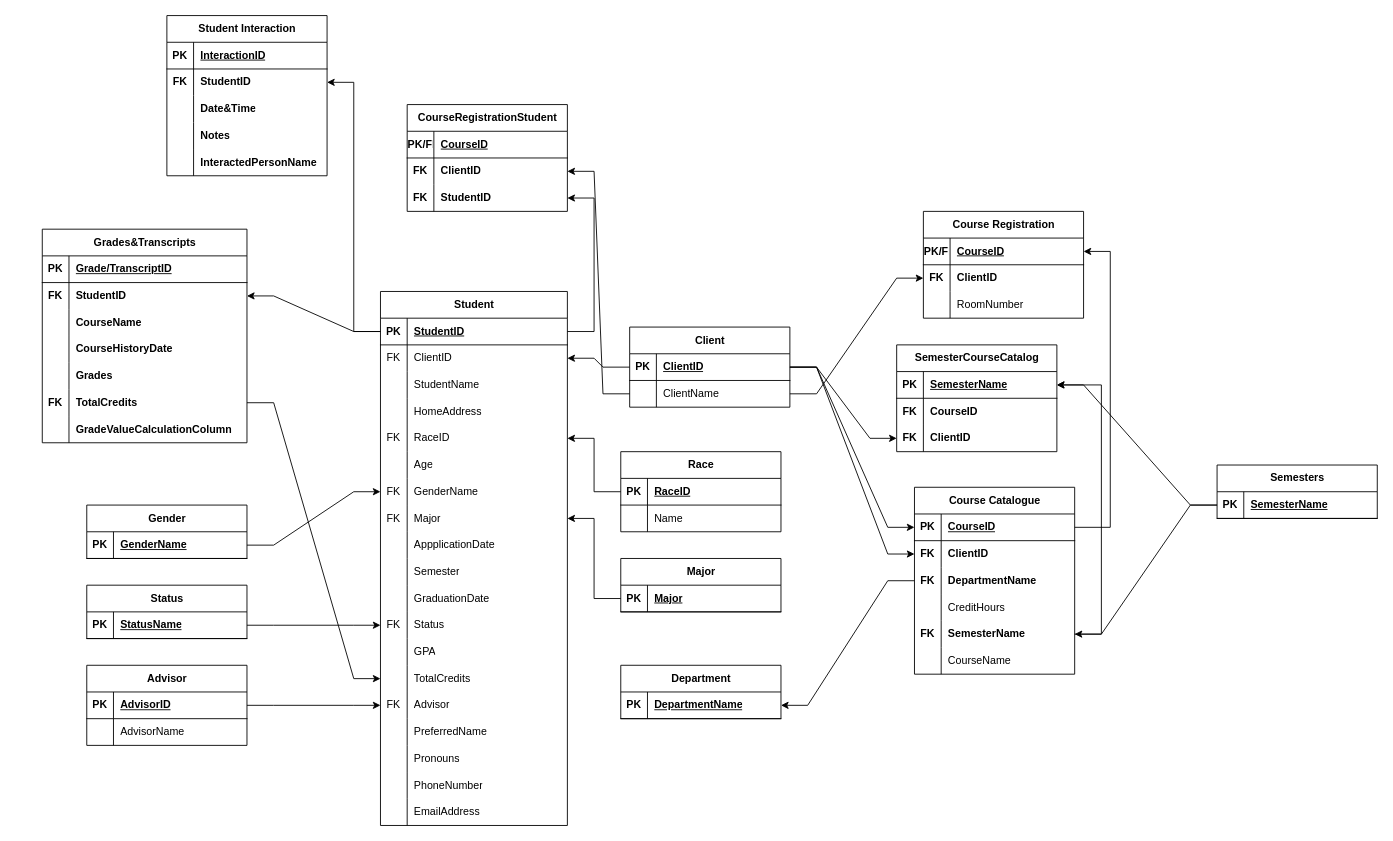
This is Project 5.drawio from dkim28/dkim28, a draw.io file, before an edit. Source tidied: cells renumbered, new cells numbered last; positions are measured from the earlier drawing's top-left corner, leaving out a move shared by most shapes. Both pictures are drawn from the tidied source at 89%, with x=0, y=0 at pixel (42, 15).
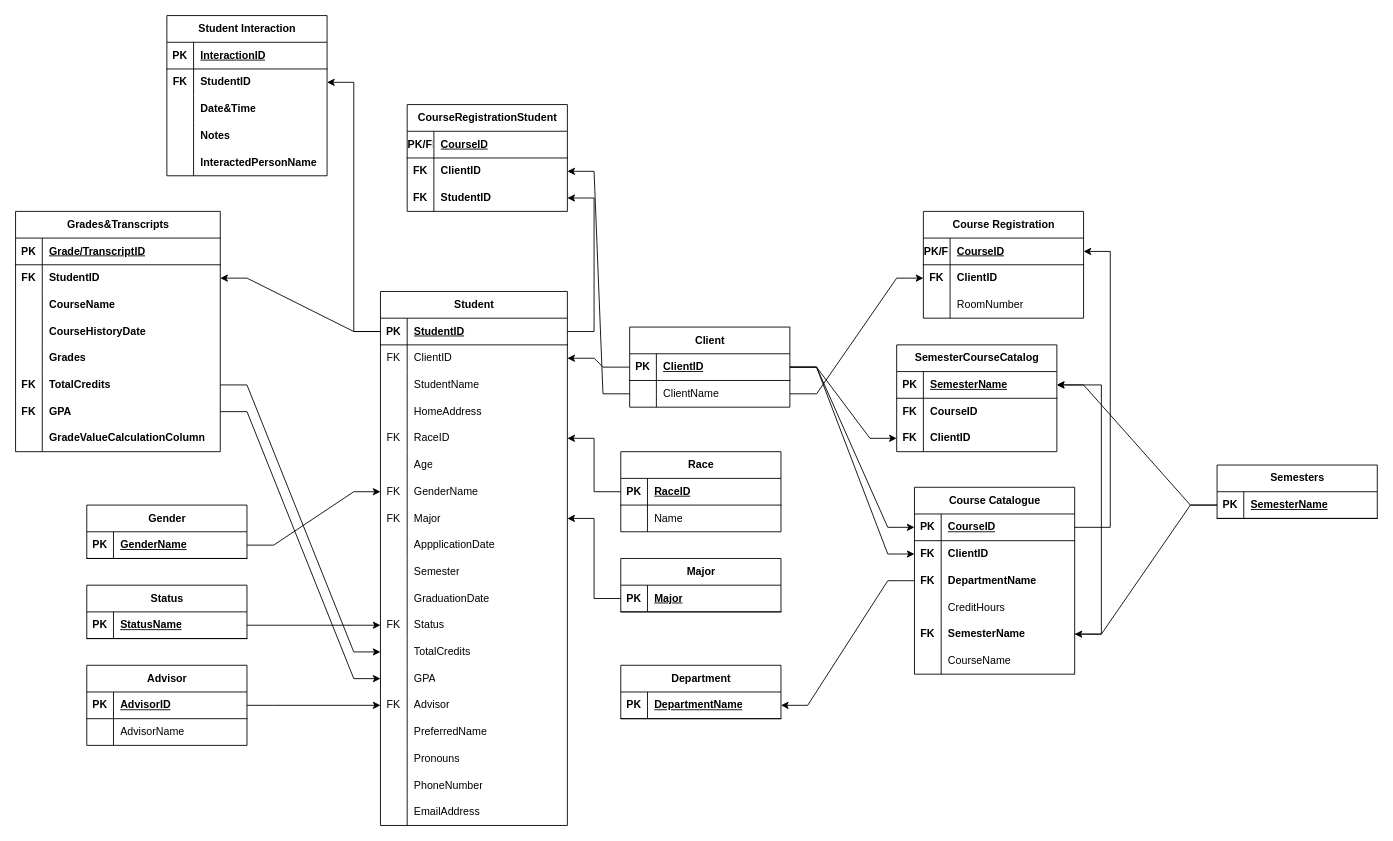
The same diagram, later.

Unchanged cells that the change refers to:
```xml
<mxCell id="39" style="shape=tableRow;horizontal=0;startSize=0;swimlaneHead=0;swimlaneBody=0;fillColor=none;points=[[0,0.5],[1,0.5]];portConstraint=eastwest;top=0;left=0;right=0;bottom=0;" parent="2" vertex="1">
  <mxGeometry y="390" width="210" height="30" as="geometry" />
</mxCell>
<mxCell id="42" style="shape=tableRow;horizontal=0;startSize=0;swimlaneHead=0;swimlaneBody=0;fillColor=none;points=[[0,0.5],[1,0.5]];portConstraint=eastwest;top=0;left=0;right=0;bottom=0;" parent="2" vertex="1">
  <mxGeometry y="420" width="210" height="30" as="geometry" />
</mxCell>
<mxCell id="200" style="shape=tableRow;horizontal=0;startSize=0;swimlaneHead=0;swimlaneBody=0;fillColor=none;points=[[0,0.5],[1,0.5]];portConstraint=eastwest;top=0;left=0;right=0;bottom=0;" parent="184" vertex="1">
  <mxGeometry y="180" width="230" height="30" as="geometry" />
</mxCell>
```

The edit, as a diff of the source:
```diff
@@
-    <mxCell id="41" value="GPA" style="shape=partialRectangle;fillColor=none;top=0;left=0;bottom=0;right=0;align=left;spacingLeft=6;overflow=hidden;whiteSpace=wrap;html=1;" parent="39" vertex="1">
+    <mxCell id="41" value="TotalCredits" style="shape=partialRectangle;fillColor=none;top=0;left=0;bottom=0;right=0;align=left;spacingLeft=6;overflow=hidden;whiteSpace=wrap;html=1;" parent="39" vertex="1">
       <mxGeometry x="30" width="180" height="30" as="geometry" />
     </mxCell>
@@
-    <mxCell id="44" value="TotalCredits" style="shape=partialRectangle;fillColor=none;top=0;left=0;bottom=0;right=0;align=left;spacingLeft=6;overflow=hidden;whiteSpace=wrap;html=1;" parent="42" vertex="1">
+    <mxCell id="44" value="GPA" style="shape=partialRectangle;fillColor=none;top=0;left=0;bottom=0;right=0;align=left;spacingLeft=6;overflow=hidden;whiteSpace=wrap;html=1;" parent="42" vertex="1">
       <mxGeometry x="30" width="180" height="30" as="geometry" />
     </mxCell>
@@
     <mxCell id="184" value="Grades&amp;amp;Transcripts" style="shape=table;startSize=30;childLayout=tableLayout;rowLines=0;fontStyle=1;align=center;html=1;" parent="1" vertex="1">
-      <mxGeometry y="240" width="230" height="240" as="geometry" />
+      <mxGeometry x="-30" y="220" width="230" height="270" as="geometry" />
     </mxCell>
@@
+    <mxCell id="208" style="shape=tableRow;horizontal=0;startSize=0;swimlaneHead=0;swimlaneBody=0;fillColor=none;points=[[0,0.5],[1,0.5]];portConstraint=eastwest;top=0;left=0;right=0;bottom=0;" parent="184" vertex="1">
+      <mxGeometry y="210" width="230" height="30" as="geometry" />
+    </mxCell>
+    <mxCell id="209" value="&lt;b&gt;FK&lt;/b&gt;" style="shape=partialRectangle;fillColor=none;top=0;left=0;bottom=0;right=0;overflow=hidden;whiteSpace=wrap;html=1;" parent="208" vertex="1">
+      <mxGeometry width="30" height="30" as="geometry" />
+    </mxCell>
+    <mxCell id="210" value="&lt;b&gt;GPA&lt;/b&gt;" style="shape=partialRectangle;fillColor=none;top=0;left=0;bottom=0;right=0;align=left;spacingLeft=6;overflow=hidden;whiteSpace=wrap;html=1;" parent="208" vertex="1">
+      <mxGeometry x="30" width="200" height="30" as="geometry" />
+    </mxCell>
     <mxCell id="203" style="shape=tableRow;horizontal=0;startSize=0;swimlaneHead=0;swimlaneBody=0;fillColor=none;top=0;left=0;right=0;bottom=0;" parent="184" vertex="1">
-      <mxGeometry y="210" width="230" height="30" as="geometry" />
+      <mxGeometry y="240" width="230" height="30" as="geometry" />
     </mxCell>
@@
-    <mxCell id="207" style="edgeStyle=entityRelationEdgeStyle;fontSize=12;html=1;endArrow=classic;endFill=1;rounded=0;exitX=1;exitY=0.5;exitDx=0;exitDy=0;" parent="1" edge="1" source="200" target="42">
+    <mxCell id="207" style="edgeStyle=entityRelationEdgeStyle;fontSize=12;html=1;endArrow=classic;endFill=1;rounded=0;exitX=1;exitY=0.5;exitDx=0;exitDy=0;entryX=0;entryY=0.5;entryDx=0;entryDy=0;" parent="1" edge="1" source="200" target="39">
       <mxGeometry relative="1" as="geometry" />
     </mxCell>
+    <mxCell id="211" style="edgeStyle=entityRelationEdgeStyle;fontSize=12;html=1;endArrow=classic;endFill=1;rounded=0;exitX=1;exitY=0.5;exitDx=0;exitDy=0;entryX=0;entryY=0.5;entryDx=0;entryDy=0;" parent="1" edge="1" source="208" target="42">
+      <mxGeometry relative="1" as="geometry" />
+    </mxCell>
```
